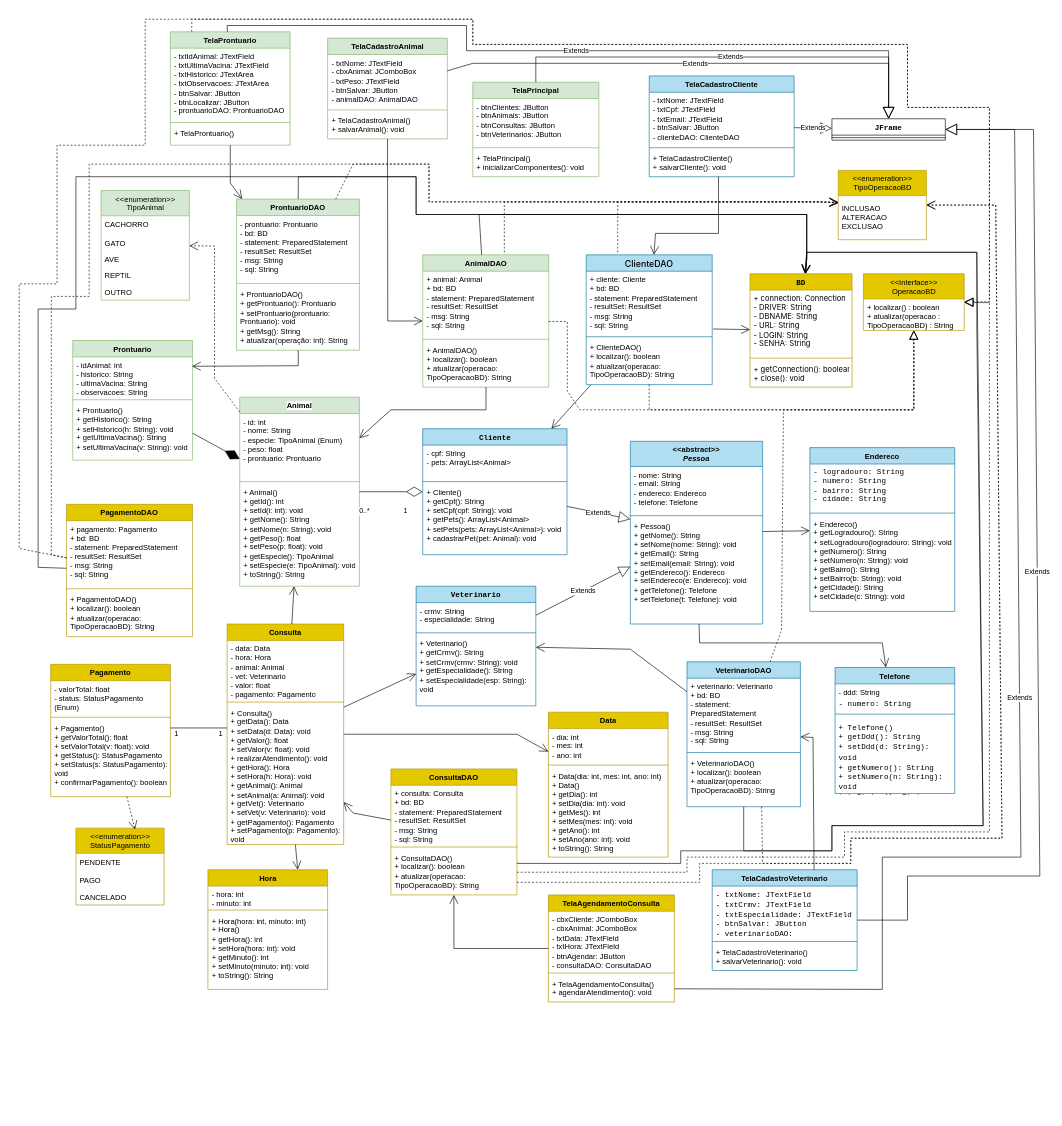
The draw.io diagram Diagrama_De_Classes.drawio in Kevinnc1227/PetAmigo_VetSystem, before the edit. Source tidied: cells renumbered, new cells numbered last; positions are measured from the earlier drawing's top-left corner, leaving out a move shared by most shapes. Both pictures are drawn from the tidied source at 63%, with x=0, y=0 at pixel (19, 19).
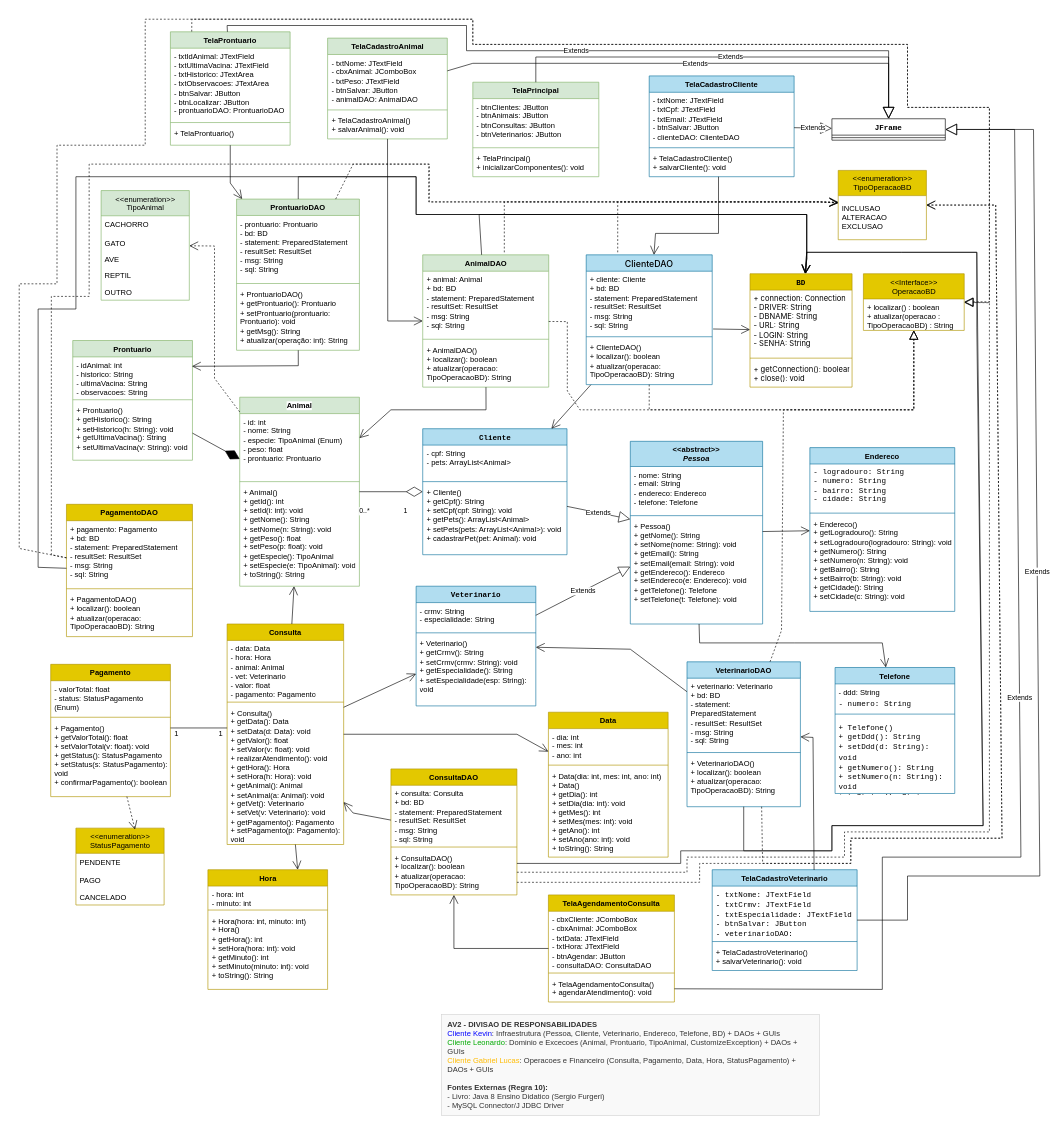
The same diagram, later.

What changed in the source:
```diff
@@
+    <mxCell id="165" value="&lt;b&gt;AV2 - DIVISAO DE RESPONSABILIDADES&lt;/b&gt;&lt;br&gt;&lt;font color=&quot;#0000ff&quot;&gt;Cliente Kevin&lt;/font&gt;: Infraestrutura (Pessoa, Cliente, Veterinario, Endereco, Telefone, BD) + DAOs + GUIs&lt;br&gt;&lt;font color=&quot;#00aa00&quot;&gt;Cliente Leonardo&lt;/font&gt;: Dominio e Excecoes (Animal, Prontuario, TipoAnimal, CustomizeException) + DAOs + GUIs&lt;br&gt;&lt;font color=&quot;#ffbb00&quot;&gt;Cliente Gabriel Lucas&lt;/font&gt;: Operacoes e Financeiro (Consulta, Pagamento, Data, Hora, StatusPagamento) + DAOs + GUIs&lt;br&gt;&lt;br&gt;&lt;b&gt;Fontes Externas (Regra 10):&lt;/b&gt;&lt;br&gt;- Livro: Java 8 Ensino Didatico (Sergio Furgeri)&lt;br&gt;- MySQL Connector/J JDBC Driver" style="text;html=1;align=left;verticalAlign=middle;whiteSpace=wrap;rounded=0;fontSize=12;fontColor=#333333;strokeColor=#d3d3d3;fillColor=#f9f9f9;spacing=10;strokeWidth=1;" parent="1" vertex="1">
+      <mxGeometry x="670" y="1580" width="600" height="160" as="geometry" />
+    </mxCell>
```
